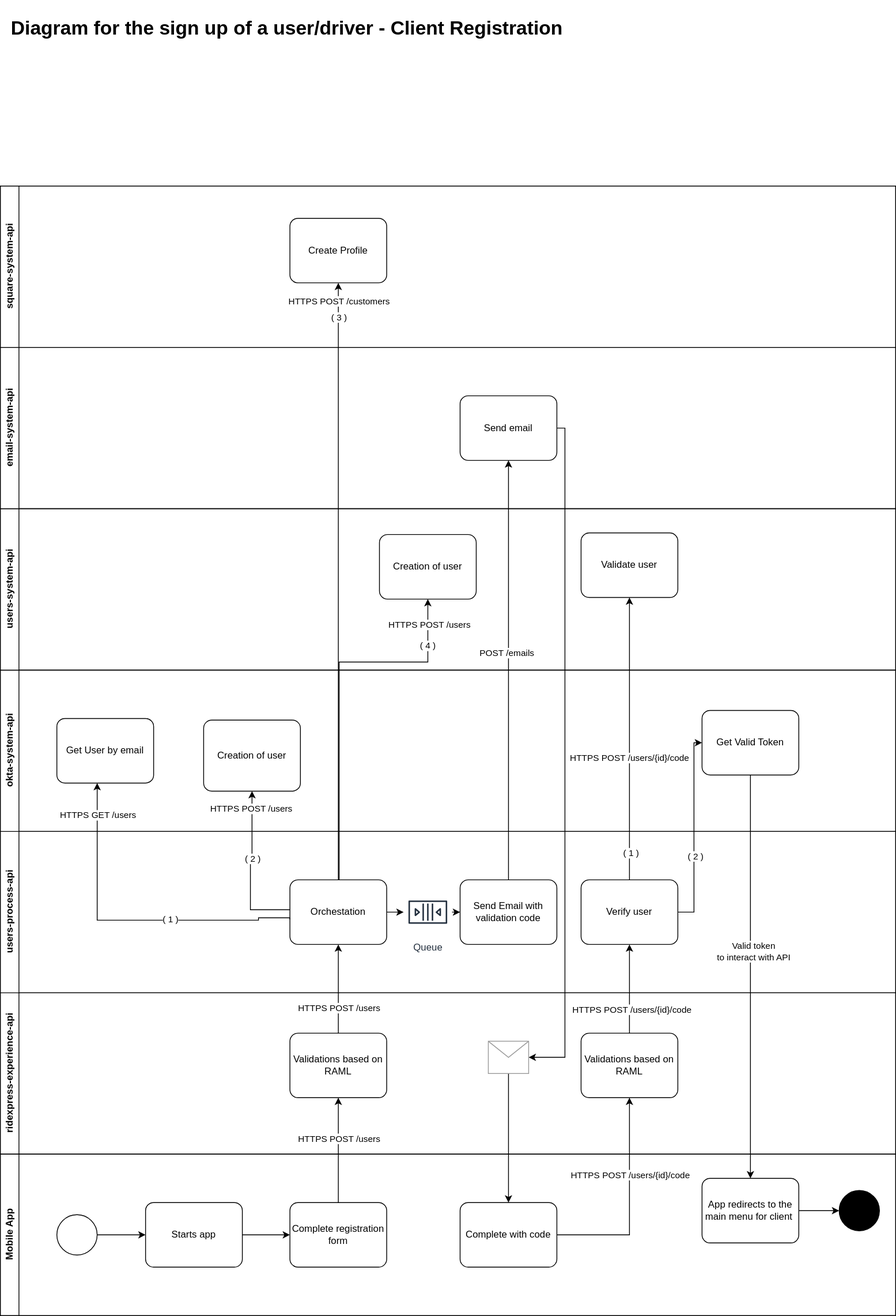
Above: architecture/diagrams/use-cases/sign-up-user-use-case.drawio.svg in RideXpress/docs (draw.io), before the change. Source tidied: cells renumbered, new cells last; positions are measured from the earlier drawing's top-left corner, leaving out a move shared by most shapes.
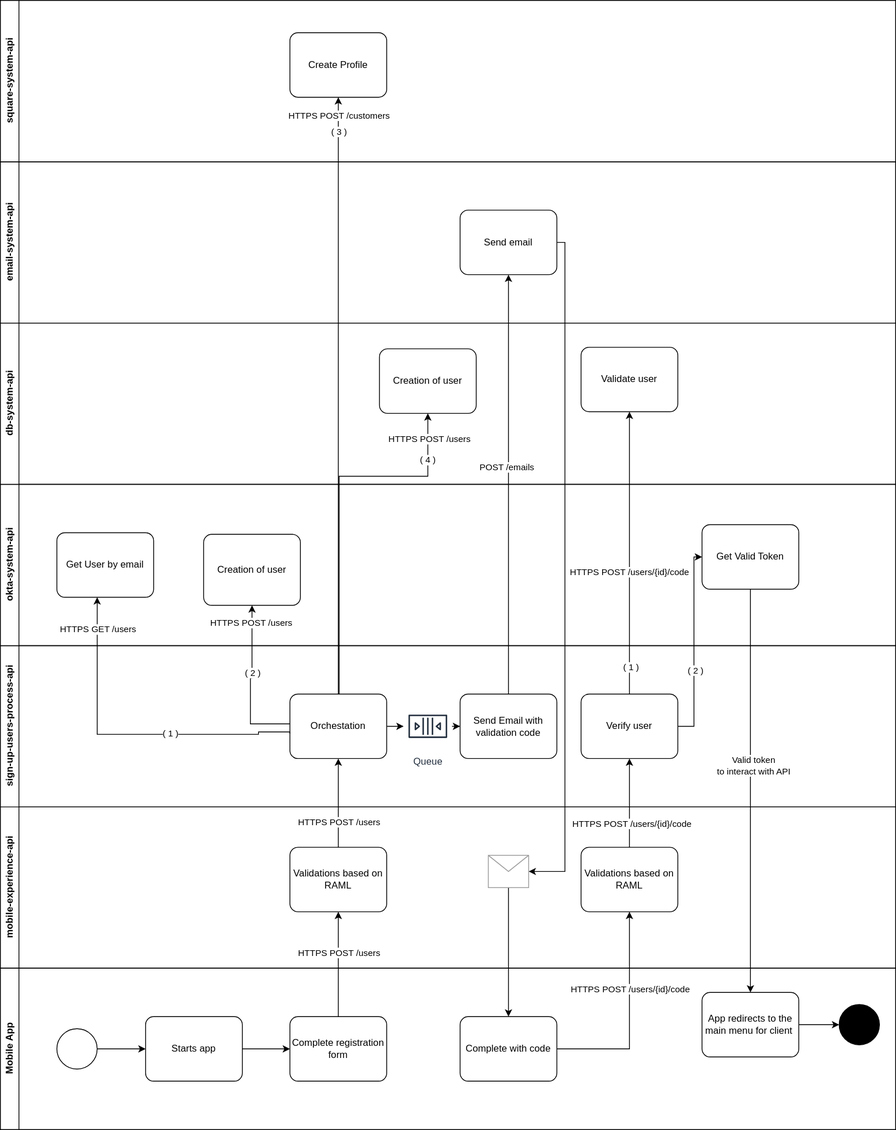
After the change.

Commit message:
94-integration architecture update diagrams with multiple process api based on use cases (#95)

What changed in the source:
```diff
@@ -2,7 +2,7 @@
   <root>
     <mxCell id="0" />
     <mxCell id="1" parent="0" />
-    <mxCell id="2" value="ridexpress-experience-api" style="swimlane;horizontal=0;whiteSpace=wrap;html=1;" parent="1" vertex="1">
+    <mxCell id="2" value="mobile-experience-api" style="swimlane;horizontal=0;whiteSpace=wrap;html=1;" parent="1" vertex="1">
       <mxGeometry y="1230" width="1110" height="200" as="geometry" />
     </mxCell>
     <mxCell id="3" value="Validations based on RAML" style="points=[[0.25,0,0],[0.5,0,0],[0.75,0,0],[1,0.25,0],[1,0.5,0],[1,0.75,0],[0.75,1,0],[0.5,1,0],[0.25,1,0],[0,0.75,0],[0,0.5,0],[0,0.25,0]];shape=mxgraph.bpmn.task;whiteSpace=wrap;rectStyle=rounded;size=10;html=1;taskMarker=abstract;" parent="2" vertex="1">
@@ -49,7 +49,7 @@
         <mxPoint x="-3" y="-12" as="offset" />
       </mxGeometry>
     </mxCell>
-    <mxCell id="17" value="users-process-api" style="swimlane;horizontal=0;whiteSpace=wrap;html=1;" parent="1" vertex="1">
+    <mxCell id="17" value="sign-up-users-process-api" style="swimlane;horizontal=0;whiteSpace=wrap;html=1;" parent="1" vertex="1">
       <mxGeometry y="1030" width="1110" height="200" as="geometry" />
     </mxCell>
     <mxCell id="18" style="edgeStyle=orthogonalEdgeStyle;rounded=0;jettySize=auto;html=1;entryX=0;entryY=0.5;entryDx=0;entryDy=0;entryPerimeter=0;" parent="17" edge="1" source="23" target="20">
@@ -177,7 +177,7 @@
     <mxCell id="47" value="( 1 )" style="edgeLabel;html=1;align=center;verticalAlign=middle;" parent="45" vertex="1">
       <mxGeometry x="-0.81" y="-1" relative="1" as="geometry" />
     </mxCell>
-    <mxCell id="48" value="users-system-api" style="swimlane;horizontal=0;whiteSpace=wrap;html=1;" parent="1" vertex="1">
+    <mxCell id="48" value="db-system-api" style="swimlane;horizontal=0;whiteSpace=wrap;html=1;" parent="1" vertex="1">
       <mxGeometry y="630" width="1110" height="200" as="geometry" />
     </mxCell>
     <mxCell id="49" value="Creation of user" style="points=[[0.25,0,0],[0.5,0,0],[0.75,0,0],[1,0.25,0],[1,0.5,0],[1,0.75,0],[0.75,1,0],[0.5,1,0],[0.25,1,0],[0,0.75,0],[0,0.5,0],[0,0.25,0]];shape=mxgraph.bpmn.task;whiteSpace=wrap;rectStyle=rounded;size=10;html=1;taskMarker=abstract;" parent="48" vertex="1">
@@ -223,9 +223,6 @@
     <mxCell id="59" value="( 2 )" style="edgeLabel;html=1;align=center;verticalAlign=middle;" parent="58" vertex="1">
       <mxGeometry x="-0.25" y="-1" relative="1" as="geometry" />
     </mxCell>
-    <mxCell id="60" value="&lt;h1&gt;Diagram for the sign up of a user/driver - Client Registration&lt;br&gt;&lt;/h1&gt;" style="text;html=1;align=center;verticalAlign=middle;strokeColor=none;fillColor=none;" parent="1" vertex="1">
-      <mxGeometry width="710" height="70" as="geometry" />
-    </mxCell>
     <mxCell id="61" value="square-system-api" style="swimlane;horizontal=0;whiteSpace=wrap;html=1;" parent="1" vertex="1">
       <mxGeometry y="230" width="1110" height="200" as="geometry" />
     </mxCell>
```
